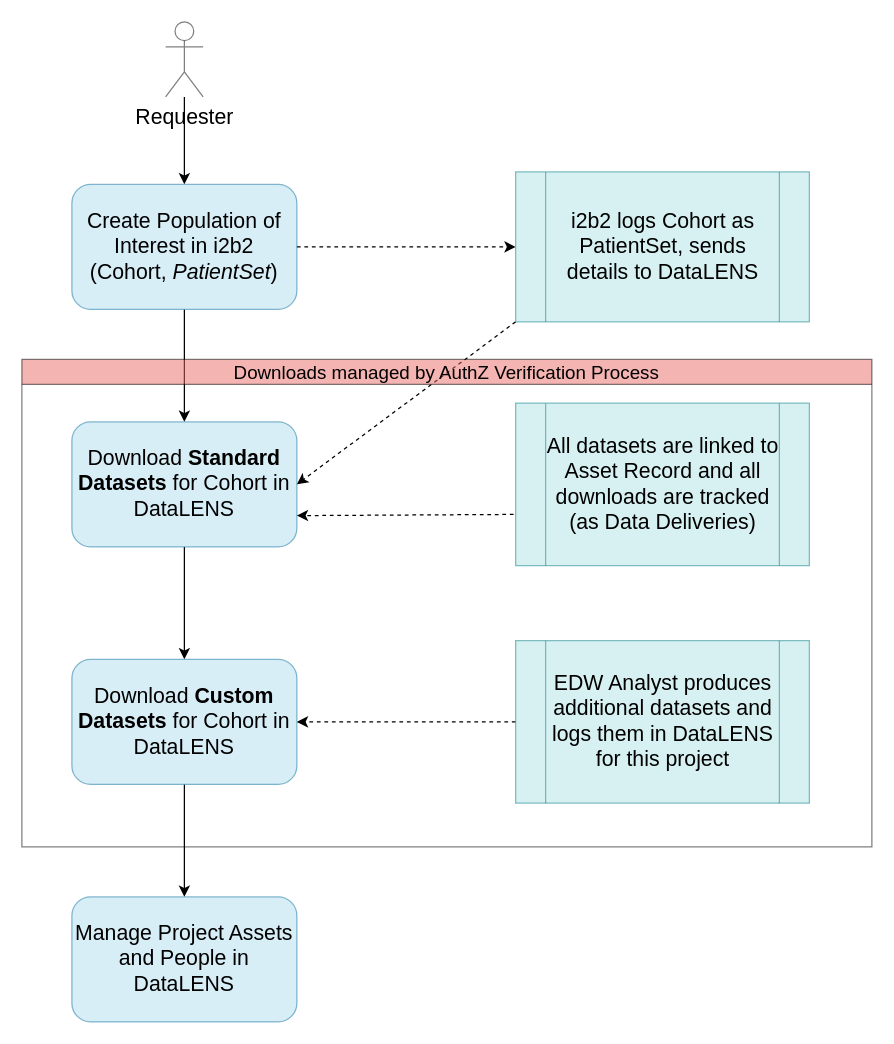
Above: page "Self-Service Workflow" (4 of 7) of Clinical Data Request.drawio in ntimkovich/UAB-II-Diagrams (draw.io), before the change. Source tidied: cells renumbered, new cells numbered last; positions are measured from the earlier drawing's top-left corner, leaving out a move shared by most shapes. Both pictures are drawn from the tidied source at 125%, with x=0, y=0 at pixel (21, 21).
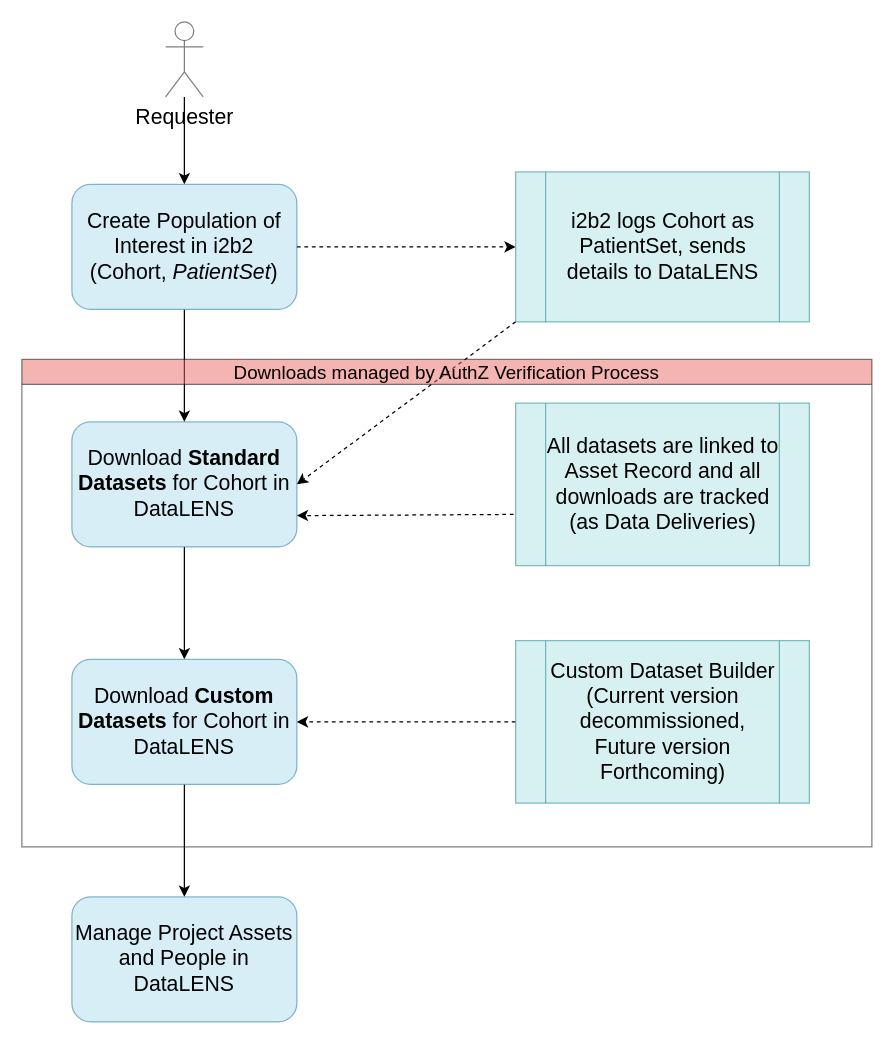
The same page after the edit.

The edit, as a diff of the source:
```diff
@@
 <mxGraphModel>
   <root>
     <mxCell id="0" />
     <mxCell id="1" parent="0" />
     <mxCell id="2" style="edgeStyle=orthogonalEdgeStyle;rounded=0;jettySize=auto;html=1;fontSize=17;fontColor=#000000;startArrow=none;startFill=0;endArrow=classic;endFill=1;" parent="1" edge="1" source="3" target="6">
       <mxGeometry relative="1" as="geometry" />
     </mxCell>
     <mxCell id="3" value="Requester" style="shape=umlActor;verticalLabelPosition=bottom;verticalAlign=top;html=1;outlineConnect=0;fillStyle=solid;fontSize=17;opacity=50;" parent="1" vertex="1">
       <mxGeometry x="115" width="30" height="60" as="geometry" />
     </mxCell>
     <mxCell id="4" style="edgeStyle=orthogonalEdgeStyle;rounded=0;jettySize=auto;html=1;fontSize=17;fontColor=#000000;startArrow=none;startFill=0;endArrow=classic;endFill=1;" parent="1" edge="1" source="6" target="8">
       <mxGeometry relative="1" as="geometry" />
     </mxCell>
     <mxCell id="5" style="edgeStyle=orthogonalEdgeStyle;rounded=0;jettySize=auto;html=1;exitX=1;exitY=0.5;exitDx=0;exitDy=0;entryX=0;entryY=0.5;entryDx=0;entryDy=0;fontSize=15;fontColor=#000000;startArrow=none;startFill=0;endArrow=classic;endFill=1;dashed=1;" parent="1" edge="1" source="6" target="13">
       <mxGeometry relative="1" as="geometry" />
     </mxCell>
     <mxCell id="6" value="Create Population of Interest in i2b2&lt;br&gt;(Cohort, &lt;i&gt;PatientSet&lt;/i&gt;)" style="rounded=1;whiteSpace=wrap;html=1;fillStyle=solid;fontSize=17;strokeColor=#10739e;fillColor=#b1ddf0;opacity=50;" parent="1" vertex="1">
       <mxGeometry x="40" y="130" width="180" height="100" as="geometry" />
     </mxCell>
     <mxCell id="7" style="edgeStyle=orthogonalEdgeStyle;rounded=0;jettySize=auto;html=1;fontSize=17;fontColor=#000000;startArrow=none;startFill=0;endArrow=classic;endFill=1;" parent="1" edge="1" source="8" target="10">
       <mxGeometry relative="1" as="geometry" />
     </mxCell>
     <mxCell id="8" value="Download &lt;b&gt;Standard Datasets&lt;/b&gt; for Cohort in DataLENS" style="rounded=1;whiteSpace=wrap;html=1;fillStyle=solid;fontSize=17;strokeColor=#10739e;fillColor=#b1ddf0;opacity=50;" parent="1" vertex="1">
       <mxGeometry x="40" y="320" width="180" height="100" as="geometry" />
     </mxCell>
     <mxCell id="9" style="edgeStyle=orthogonalEdgeStyle;rounded=0;jettySize=auto;html=1;fontSize=17;fontColor=#000000;startArrow=none;startFill=0;endArrow=classic;endFill=1;" parent="1" edge="1" source="10" target="11">
       <mxGeometry relative="1" as="geometry" />
     </mxCell>
     <mxCell id="10" value="Download &lt;b&gt;Custom Datasets&lt;/b&gt; for Cohort in DataLENS" style="rounded=1;whiteSpace=wrap;html=1;fillStyle=solid;fontSize=17;strokeColor=#10739e;fillColor=#b1ddf0;opacity=50;" parent="1" vertex="1">
       <mxGeometry x="40" y="510" width="180" height="100" as="geometry" />
     </mxCell>
     <mxCell id="11" value="Manage Project Assets and People in DataLENS" style="rounded=1;whiteSpace=wrap;html=1;fillStyle=solid;fontSize=17;strokeColor=#10739e;fillColor=#b1ddf0;opacity=50;" parent="1" vertex="1">
       <mxGeometry x="40" y="700" width="180" height="100" as="geometry" />
     </mxCell>
     <mxCell id="12" style="rounded=0;jettySize=auto;html=1;exitX=0;exitY=1;exitDx=0;exitDy=0;entryX=1;entryY=0.5;entryDx=0;entryDy=0;dashed=1;fontSize=15;fontColor=#000000;startArrow=none;startFill=0;endArrow=classic;endFill=1;" parent="1" edge="1" source="13" target="8">
       <mxGeometry relative="1" as="geometry" />
     </mxCell>
     <mxCell id="13" value="i2b2 logs Cohort as PatientSet, sends details to DataLENS" style="shape=process;whiteSpace=wrap;html=1;backgroundOutline=1;fillStyle=solid;fontSize=17;strokeColor=#0e8088;fillColor=#b0e3e6;opacity=50;" parent="1" vertex="1">
       <mxGeometry x="395" y="120" width="235" height="120" as="geometry" />
     </mxCell>
     <mxCell id="14" style="edgeStyle=none;rounded=0;jettySize=auto;html=1;exitX=-0.007;exitY=0.685;exitDx=0;exitDy=0;dashed=1;fontSize=15;fontColor=#000000;startArrow=none;startFill=0;endArrow=classic;endFill=1;exitPerimeter=0;entryX=1;entryY=0.75;entryDx=0;entryDy=0;" parent="1" edge="1" source="15" target="8">
       <mxGeometry relative="1" as="geometry" />
     </mxCell>
     <mxCell id="15" value="All datasets are linked to Asset Record and all downloads are tracked (as Data Deliveries)" style="shape=process;whiteSpace=wrap;html=1;backgroundOutline=1;fillStyle=solid;fontSize=17;strokeColor=#0e8088;fillColor=#b0e3e6;opacity=50;" parent="1" vertex="1">
       <mxGeometry x="395" y="305" width="235" height="130" as="geometry" />
     </mxCell>
     <mxCell id="16" style="edgeStyle=none;rounded=0;jettySize=auto;html=1;exitX=0;exitY=0.5;exitDx=0;exitDy=0;dashed=1;fontSize=15;fontColor=#000000;startArrow=none;startFill=0;endArrow=classic;endFill=1;" parent="1" edge="1" source="17" target="10">
       <mxGeometry relative="1" as="geometry" />
     </mxCell>
-    <mxCell id="17" value="EDW Analyst produces additional datasets and logs them in DataLENS for this project" style="shape=process;whiteSpace=wrap;html=1;backgroundOutline=1;fillStyle=solid;fontSize=17;strokeColor=#0e8088;fillColor=#b0e3e6;opacity=50;" parent="1" vertex="1">
+    <mxCell id="17" value="Custom Dataset Builder&lt;br&gt;(Current version decommissioned, Future version Forthcoming)" style="shape=process;whiteSpace=wrap;html=1;backgroundOutline=1;fillStyle=solid;fontSize=17;strokeColor=#0e8088;fillColor=#b0e3e6;opacity=50;" parent="1" vertex="1">
       <mxGeometry x="395" y="495" width="235" height="130" as="geometry" />
     </mxCell>
     <mxCell id="18" value="Downloads managed by AuthZ Verification Process" style="swimlane;startSize=20;fillStyle=solid;fontSize=15;fontColor=#000000;strokeColor=default;fillColor=#EA6B66;opacity=50;fontStyle=0;" parent="1" vertex="1">
       <mxGeometry y="270" width="680" height="390" as="geometry" />
     </mxCell>
   </root>
 </mxGraphModel>
```
